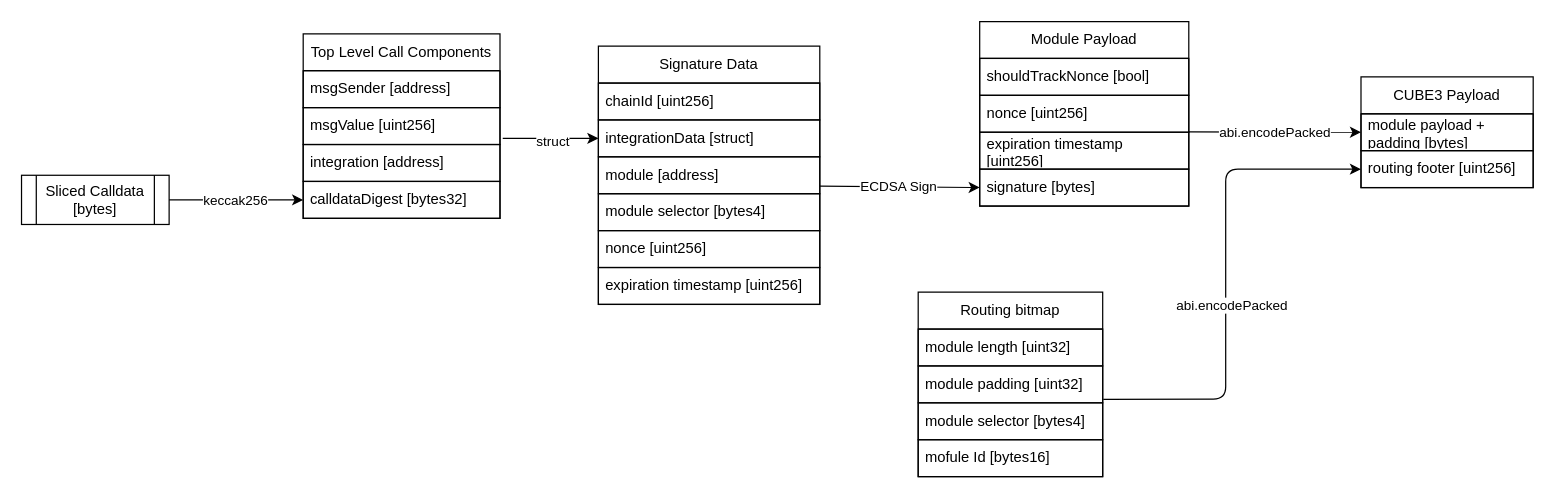
Above: docs/diagrams/payload_creation.drawio in cube-web3/protocol-core-solidity (draw.io), before the change. Source tidied: cells renumbered, new cells numbered last; positions are measured from the earlier drawing's top-left corner, leaving out a move shared by most shapes. Both pictures are drawn from the tidied source at 123%, with x=0, y=0 at pixel (21, 21).
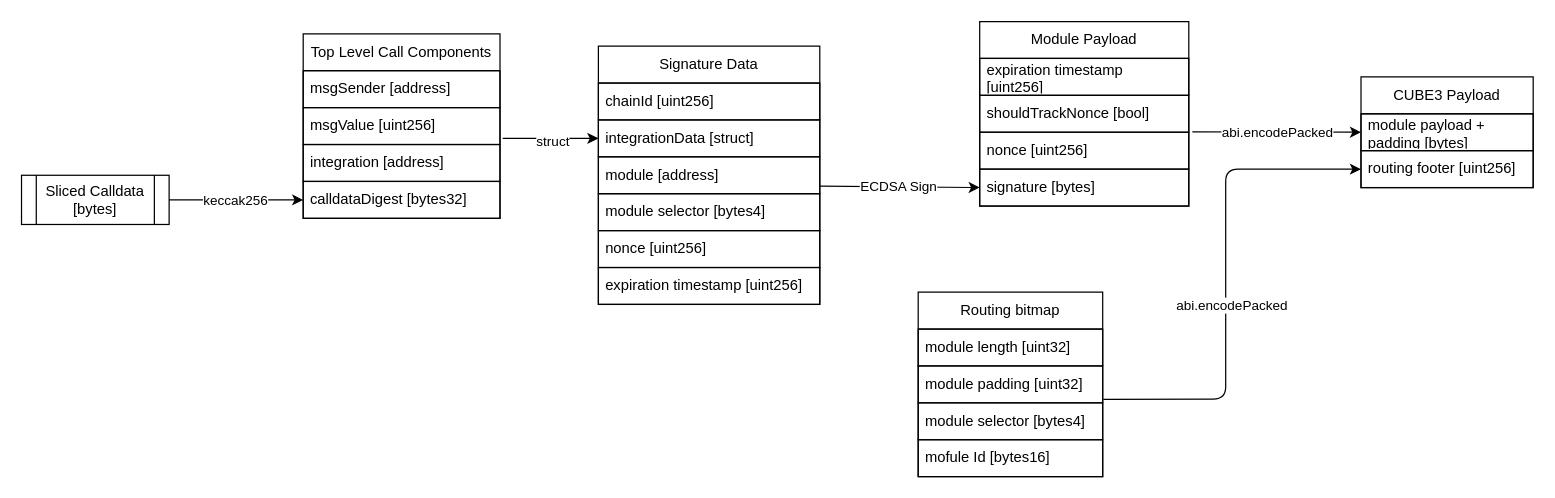
After the change.

Unchanged cells that the change refers to:
```xml
<mxCell id="19" value="Module Payload" style="swimlane;fontStyle=0;horizontal=1;startSize=30;whiteSpace=wrap;html=1;" parent="1" vertex="1">
  <mxGeometry x="779" width="170" height="150" as="geometry" />
</mxCell>
<mxCell id="27" value="module payload + padding [bytes]" style="text;strokeColor=#000000;fillColor=none;align=left;verticalAlign=middle;spacingLeft=4;spacingRight=4;overflow=hidden;points=[[0,0.5],[1,0.5]];portConstraint=eastwest;whiteSpace=wrap;html=1;fontColor=#000000;" parent="26" vertex="1">
  <mxGeometry y="30" width="140" height="30" as="geometry" />
</mxCell>
```

Change to the diagram source:
```diff
@@
+    <mxCell id="22" value="expiration timestamp [uint256]" style="text;strokeColor=#000000;fillColor=none;align=left;verticalAlign=middle;spacingLeft=4;spacingRight=4;overflow=hidden;points=[[0,0.5],[1,0.5]];portConstraint=eastwest;whiteSpace=wrap;html=1;fontColor=#000000;" parent="19" vertex="1">
+      <mxGeometry y="30" width="170" height="30" as="geometry" />
+    </mxCell>
     <mxCell id="20" value="shouldTrackNonce [bool]" style="text;strokeColor=#000000;fillColor=none;align=left;verticalAlign=middle;spacingLeft=4;spacingRight=4;overflow=hidden;whiteSpace=wrap;html=1;fontColor=#000000;" parent="19" vertex="1">
-      <mxGeometry y="30" width="170" height="30" as="geometry" />
+      <mxGeometry y="60" width="170" height="30" as="geometry" />
     </mxCell>
     <mxCell id="21" value="nonce [uint256]" style="text;strokeColor=#000000;fillColor=none;align=left;verticalAlign=middle;spacingLeft=4;spacingRight=4;overflow=hidden;points=[[0,0.5],[1,0.5]];portConstraint=eastwest;whiteSpace=wrap;html=1;fontColor=#000000;" parent="19" vertex="1">
-      <mxGeometry y="60" width="170" height="30" as="geometry" />
+      <mxGeometry y="90" width="170" height="30" as="geometry" />
     </mxCell>
-    <mxCell id="22" value="expiration timestamp [uint256]" style="text;strokeColor=#000000;fillColor=none;align=left;verticalAlign=middle;spacingLeft=4;spacingRight=4;overflow=hidden;points=[[0,0.5],[1,0.5]];portConstraint=eastwest;whiteSpace=wrap;html=1;fontColor=#000000;" parent="19" vertex="1">
-      <mxGeometry y="90" width="170" height="30" as="geometry" />
-    </mxCell>
@@
-    <mxCell id="29" style="endArrow=classic;html=1;exitX=0.998;exitY=-0.011;exitDx=0;exitDy=0;exitPerimeter=0;entryX=0;entryY=0.5;entryDx=0;entryDy=0;strokeColor=#000000;" parent="1" edge="1" source="22" target="27">
+    <mxCell id="29" style="endArrow=classic;html=1;exitX=1.017;exitY=-0.011;exitDx=0;exitDy=0;exitPerimeter=0;entryX=0;entryY=0.5;entryDx=0;entryDy=0;strokeColor=#000000;" parent="1" edge="1" source="21" target="27">
       <mxGeometry relative="1" as="geometry" />
     </mxCell>
```
